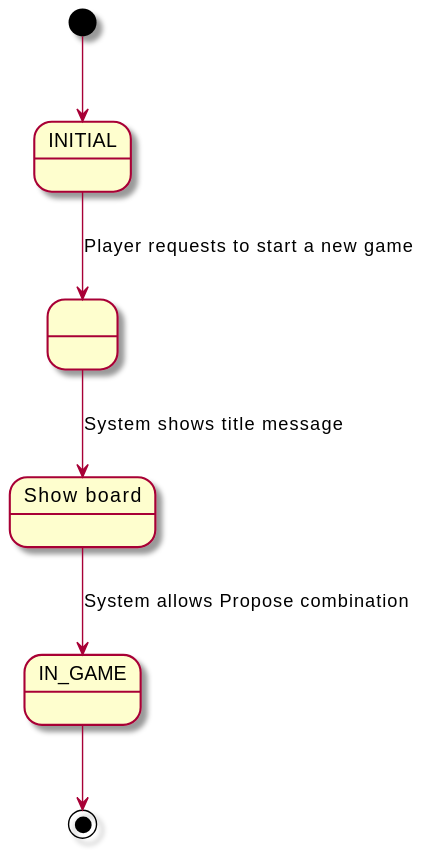
Before: 3.UndoRedo/docs/diagrams/out/mastermind_usecases/start_usecase.svg, a diagram exported from PlantUML (EscuelaIt/requirements). Source of this version:
```plantuml
@startuml
state INITIAL
state IN_GAME
state start as " "
state ShowBoard as "Show board"

[*] --> INITIAL
INITIAL --> start: Player requests to start a new game
start --> ShowBoard: System shows title message
ShowBoard --> IN_GAME: System allows Propose combination
IN_GAME --> [*]
@enduml
```
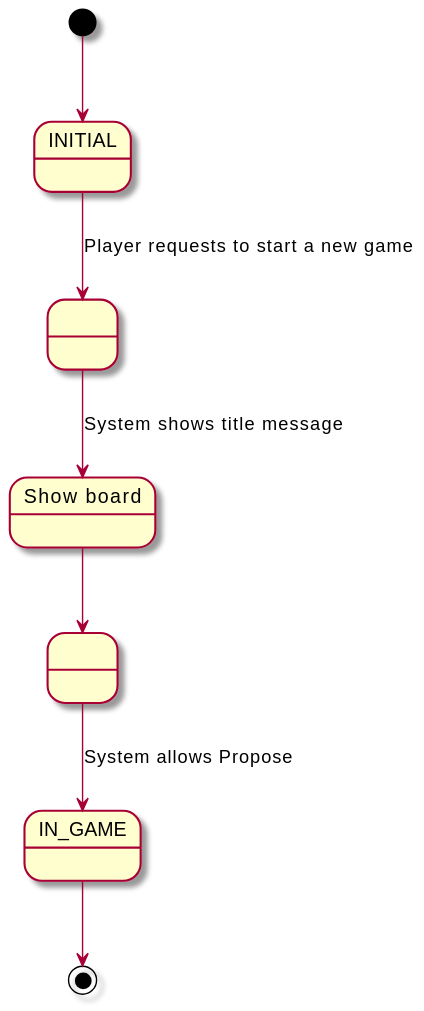
After the change.

What changed in the source:
```diff
@@ -3,10 +3,12 @@
 state IN_GAME
 state start as " "
 state ShowBoard as "Show board"
+state showed as " "
 
 [*] --> INITIAL
 INITIAL --> start: Player requests to start a new game
 start --> ShowBoard: System shows title message
-ShowBoard --> IN_GAME: System allows Propose combination
+ShowBoard --> showed
+showed --> IN_GAME: System allows Propose
 IN_GAME --> [*]
 @enduml
```
